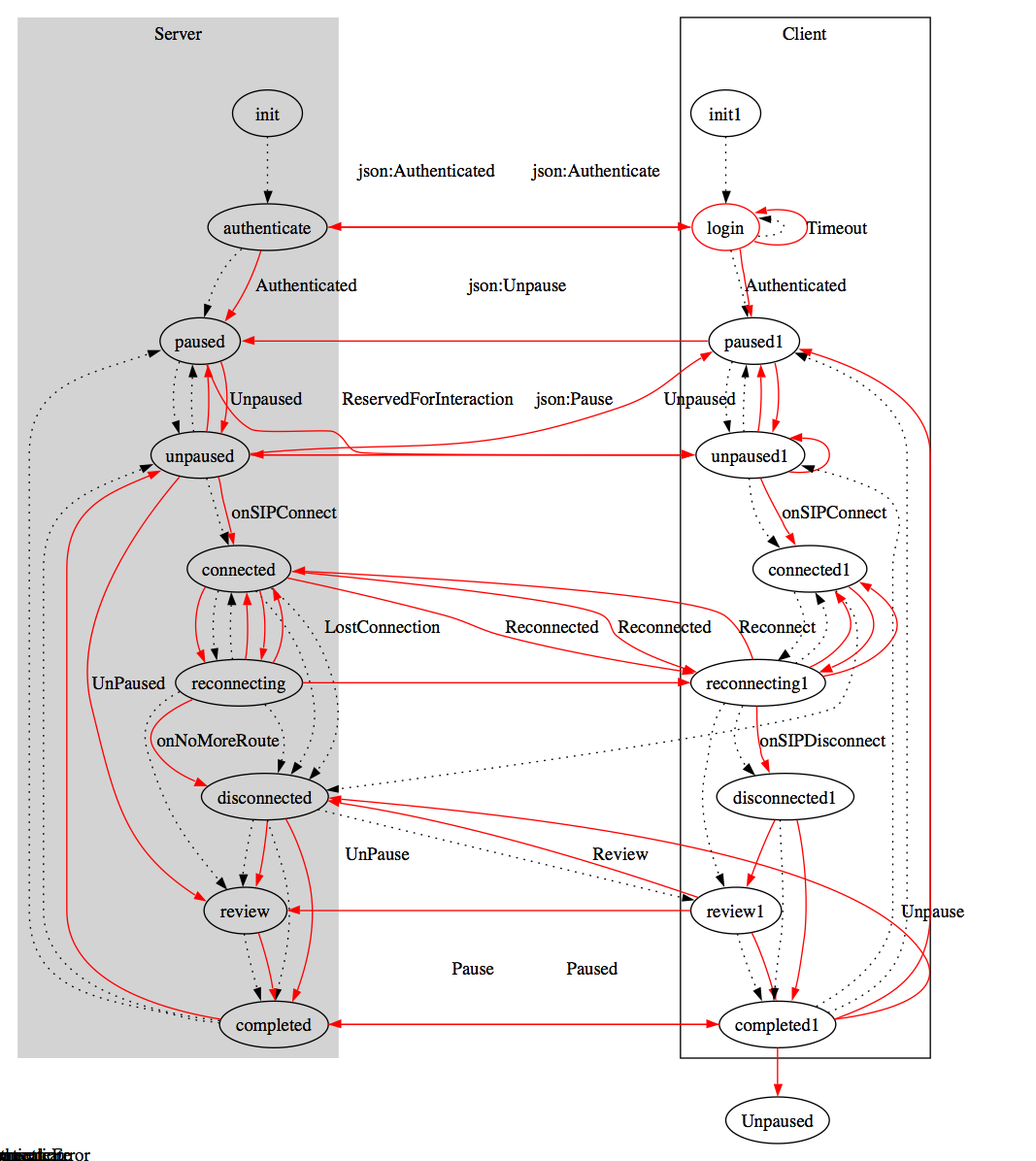
Earlier version of the Graphviz export doc/full.png (seven1240/trainer-studio-opensource). Its source is kept beside it as doc/full.dot.
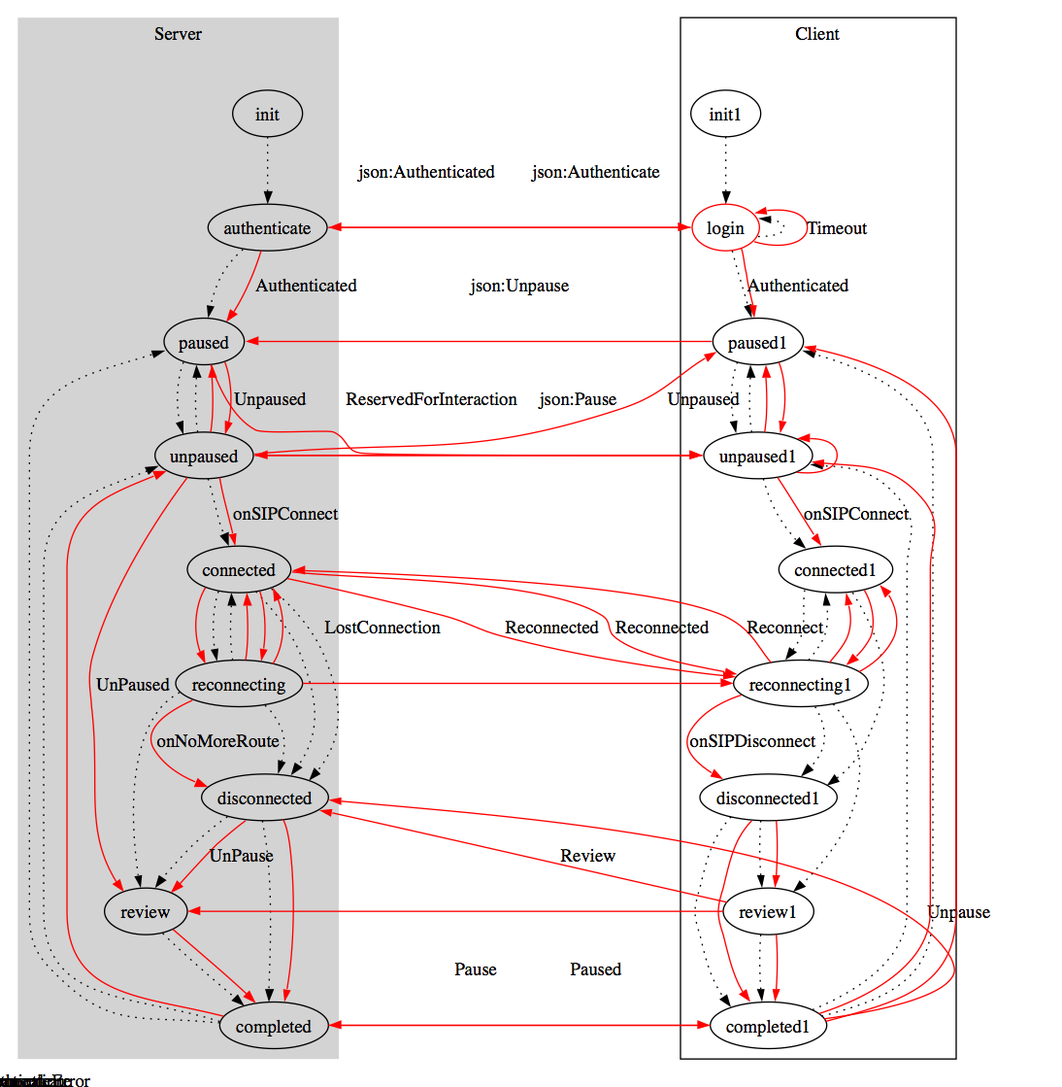
Above is the later version.

What changed in the source:
```diff
@@ -22,7 +22,7 @@
 	subgraph cluster1 {
 		label = "Client";
 
-		init1 -> login -> paused1 -> unpaused1 -> connected1 ->  disconnected -> review1 -> completed1;
+		init1 -> login -> paused1 -> unpaused1 -> connected1 ->  disconnected1 -> review1 -> completed1;
 
 		login -> login;
 
@@ -69,7 +69,7 @@
 
 completed1 -> completed [label = Pause];
 completed -> completed1 [label = Paused];
-completed1 -> paused1;// Reconnect
+completed1 -> paused1;
 
 connected1 -> reconnecting1;
 reconnecting1 -> connected [label = "Reconnect"];
@@ -100,7 +100,7 @@
 completed1 -> disconnected [label = Unpause];
 disconnected -> completed; /* may last up to 5 seconds due to wrap up */
 completed -> completed1 [label = Unpaused];
-completed1 -> Unpaused;
+completed1 -> unpaused1;
 
 paused1 -> paused [label = "json:Unpause"];
 paused -> unpaused;
```
